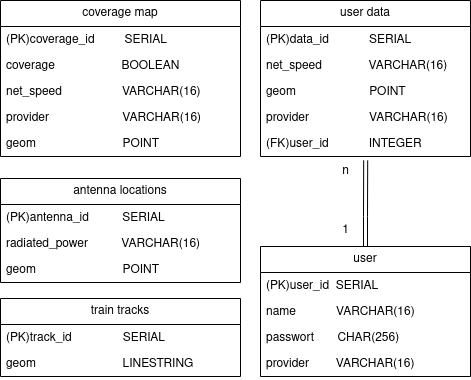
Above: database/UML.png in Sinrai/GTA_2023_Project (draw.io), before the change. Source tidied: cells renumbered, new cells last; positions are measured from the earlier drawing's top-left corner, leaving out a move shared by most shapes.
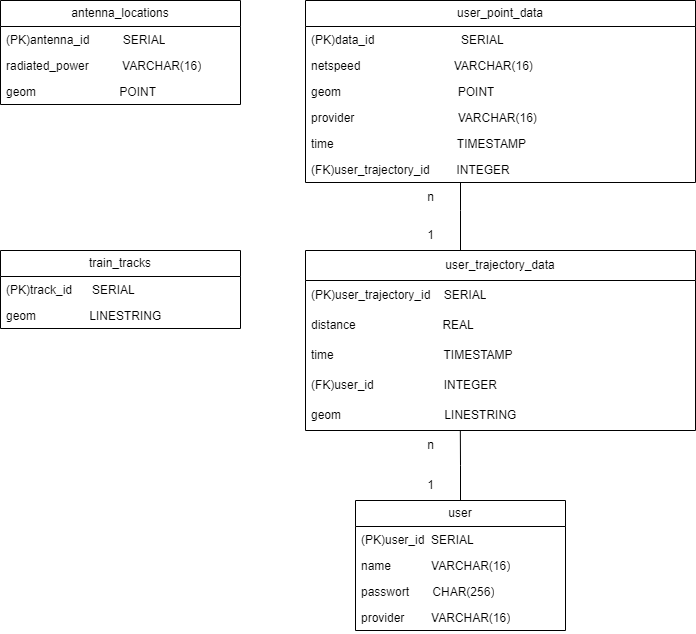
Later version of the same file.

What changed in the source:
```diff
@@ -2,26 +2,8 @@
   <root>
     <mxCell id="0" />
     <mxCell id="1" parent="0" />
-    <mxCell id="2" value="coverage map" style="swimlane;fontStyle=0;horizontal=1;startSize=26;fillColor=none;whiteSpace=wrap;html=1;" parent="1" vertex="1">
-      <mxGeometry width="240" height="156" as="geometry" />
-    </mxCell>
-    <mxCell id="3" value="&lt;div&gt;(PK)coverage_id&amp;nbsp; &amp;nbsp; &amp;nbsp; &amp;nbsp; &amp;nbsp;SERIAL&lt;/div&gt;" style="text;strokeColor=none;fillColor=none;align=left;verticalAlign=top;spacingLeft=4;spacingRight=4;overflow=hidden;whiteSpace=wrap;html=1;" parent="2" vertex="1">
-      <mxGeometry y="26" width="240" height="26" as="geometry" />
-    </mxCell>
-    <mxCell id="4" value="coverage&amp;nbsp; &amp;nbsp; &amp;nbsp; &amp;nbsp; &amp;nbsp; &amp;nbsp; &amp;nbsp; &amp;nbsp; &amp;nbsp; &amp;nbsp; BOOLEAN" style="text;strokeColor=none;fillColor=none;align=left;verticalAlign=top;spacingLeft=4;spacingRight=4;overflow=hidden;whiteSpace=wrap;html=1;" parent="2" vertex="1">
-      <mxGeometry y="52" width="240" height="26" as="geometry" />
-    </mxCell>
-    <mxCell id="5" value="net_speed&amp;nbsp; &amp;nbsp; &amp;nbsp; &amp;nbsp; &amp;nbsp; &amp;nbsp;&amp;nbsp; &amp;nbsp; &amp;nbsp;&amp;nbsp; VARCHAR(16)" style="text;strokeColor=none;fillColor=none;align=left;verticalAlign=top;spacingLeft=4;spacingRight=4;overflow=hidden;whiteSpace=wrap;html=1;" parent="2" vertex="1">
-      <mxGeometry y="78" width="240" height="26" as="geometry" />
-    </mxCell>
-    <mxCell id="6" value="provider&amp;nbsp; &amp;nbsp; &amp;nbsp; &amp;nbsp; &amp;nbsp; &amp;nbsp; &amp;nbsp; &amp;nbsp; &amp;nbsp; &amp;nbsp; &amp;nbsp; VARCHAR(16)" style="text;strokeColor=none;fillColor=none;align=left;verticalAlign=top;spacingLeft=4;spacingRight=4;overflow=hidden;whiteSpace=wrap;html=1;" parent="2" vertex="1">
-      <mxGeometry y="104" width="240" height="26" as="geometry" />
-    </mxCell>
-    <mxCell id="7" value="geom&amp;nbsp; &amp;nbsp; &amp;nbsp; &amp;nbsp; &amp;nbsp; &amp;nbsp; &amp;nbsp; &amp;nbsp; &amp;nbsp; &amp;nbsp; &amp;nbsp; &amp;nbsp; &amp;nbsp; POINT" style="text;strokeColor=none;fillColor=none;align=left;verticalAlign=top;spacingLeft=4;spacingRight=4;overflow=hidden;whiteSpace=wrap;html=1;" parent="2" vertex="1">
-      <mxGeometry y="130" width="240" height="26" as="geometry" />
-    </mxCell>
-    <mxCell id="8" value="antenna locations" style="swimlane;fontStyle=0;horizontal=1;startSize=26;fillColor=none;whiteSpace=wrap;html=1;" parent="1" vertex="1">
-      <mxGeometry y="178" width="240" height="104" as="geometry" />
+    <mxCell id="8" value="antenna_locations" style="swimlane;fontStyle=0;horizontal=1;startSize=26;fillColor=none;whiteSpace=wrap;html=1;" parent="1" vertex="1">
+      <mxGeometry x="55" y="78" width="240" height="104" as="geometry" />
     </mxCell>
     <mxCell id="9" value="(PK)antenna_id&amp;nbsp; &amp;nbsp; &amp;nbsp; &amp;nbsp; &amp;nbsp; SERIAL" style="text;strokeColor=none;fillColor=none;align=left;verticalAlign=top;spacingLeft=4;spacingRight=4;overflow=hidden;whiteSpace=wrap;html=1;" parent="8" vertex="1">
       <mxGeometry y="26" width="240" height="26" as="geometry" />
@@ -29,41 +11,49 @@
     <mxCell id="10" value="radiated_power&amp;nbsp; &amp;nbsp; &amp;nbsp; &amp;nbsp; &amp;nbsp; VARCHAR(16)" style="text;strokeColor=none;fillColor=none;align=left;verticalAlign=top;spacingLeft=4;spacingRight=4;overflow=hidden;whiteSpace=wrap;html=1;" parent="8" vertex="1">
       <mxGeometry y="52" width="240" height="26" as="geometry" />
     </mxCell>
-    <mxCell id="11" value="geom&amp;nbsp; &amp;nbsp; &amp;nbsp; &amp;nbsp; &amp;nbsp; &amp;nbsp; &amp;nbsp; &amp;nbsp; &amp;nbsp; &amp;nbsp; &amp;nbsp;&amp;nbsp; &amp;nbsp;&amp;nbsp; POINT" style="text;strokeColor=none;fillColor=none;align=left;verticalAlign=top;spacingLeft=4;spacingRight=4;overflow=hidden;whiteSpace=wrap;html=1;" parent="8" vertex="1">
+    <mxCell id="11" value="geom&amp;nbsp; &amp;nbsp; &amp;nbsp; &amp;nbsp; &amp;nbsp; &amp;nbsp; &amp;nbsp; &amp;nbsp; &amp;nbsp; &amp;nbsp; &amp;nbsp; &amp;nbsp; &amp;nbsp;POINT" style="text;strokeColor=none;fillColor=none;align=left;verticalAlign=top;spacingLeft=4;spacingRight=4;overflow=hidden;whiteSpace=wrap;html=1;" parent="8" vertex="1">
       <mxGeometry y="78" width="240" height="26" as="geometry" />
     </mxCell>
-    <mxCell id="12" value="train tracks" style="swimlane;fontStyle=0;horizontal=1;startSize=26;fillColor=none;whiteSpace=wrap;html=1;" parent="1" vertex="1">
-      <mxGeometry y="298" width="240" height="78" as="geometry" />
+    <mxCell id="12" value="train_tracks" style="swimlane;fontStyle=0;horizontal=1;startSize=26;fillColor=none;whiteSpace=wrap;html=1;" parent="1" vertex="1">
+      <mxGeometry x="55" y="328" width="240" height="78" as="geometry" />
     </mxCell>
-    <mxCell id="13" value="(PK)track_id&amp;nbsp; &amp;nbsp; &amp;nbsp; &lt;span style=&quot;white-space: pre;&quot;&gt;&#9;&lt;/span&gt;&amp;nbsp;&amp;nbsp; SERIAL" style="text;strokeColor=none;fillColor=none;align=left;verticalAlign=top;spacingLeft=4;spacingRight=4;overflow=hidden;whiteSpace=wrap;html=1;" parent="12" vertex="1">
+    <mxCell id="13" value="(PK)track_id&amp;nbsp; &amp;nbsp; &amp;nbsp; SERIAL" style="text;strokeColor=none;fillColor=none;align=left;verticalAlign=top;spacingLeft=4;spacingRight=4;overflow=hidden;whiteSpace=wrap;html=1;" parent="12" vertex="1">
       <mxGeometry y="26" width="240" height="26" as="geometry" />
     </mxCell>
-    <mxCell id="14" value="geom&amp;nbsp; &amp;nbsp; &amp;nbsp; &amp;nbsp; &amp;nbsp; &amp;nbsp; &amp;nbsp; &amp;nbsp; &amp;nbsp; &amp;nbsp; &amp;nbsp; &amp;nbsp; &amp;nbsp; LINESTRING" style="text;strokeColor=none;fillColor=none;align=left;verticalAlign=top;spacingLeft=4;spacingRight=4;overflow=hidden;whiteSpace=wrap;html=1;" parent="12" vertex="1">
+    <mxCell id="14" value="geom&amp;nbsp; &amp;nbsp; &amp;nbsp; &amp;nbsp; &amp;nbsp; &amp;nbsp; &amp;nbsp; &amp;nbsp; LINESTRING" style="text;strokeColor=none;fillColor=none;align=left;verticalAlign=top;spacingLeft=4;spacingRight=4;overflow=hidden;whiteSpace=wrap;html=1;" parent="12" vertex="1">
       <mxGeometry y="52" width="240" height="26" as="geometry" />
     </mxCell>
+    <mxCell id="29" style="edgeStyle=orthogonalEdgeStyle;rounded=0;jettySize=auto;html=1;endArrow=none;endFill=0;" parent="1" edge="1" source="15" target="31">
+      <mxGeometry relative="1" as="geometry">
+        <Array as="points">
+          <mxPoint x="515" y="288" />
+          <mxPoint x="515" y="288" />
+        </Array>
+      </mxGeometry>
+    </mxCell>
-    <mxCell id="15" value="user data" style="swimlane;fontStyle=0;horizontal=1;startSize=26;fillColor=none;whiteSpace=wrap;html=1;" parent="1" vertex="1">
-      <mxGeometry x="260" width="210" height="156" as="geometry" />
+    <mxCell id="15" value="user_point_data" style="swimlane;fontStyle=0;horizontal=1;startSize=26;fillColor=none;whiteSpace=wrap;html=1;" parent="1" vertex="1">
+      <mxGeometry x="360" y="78" width="390" height="182" as="geometry" />
     </mxCell>
-    <mxCell id="16" value="(PK)data_id&amp;nbsp; &amp;nbsp; &amp;nbsp;&amp;nbsp; &amp;nbsp; &amp;nbsp;&amp;nbsp; SERIAL" style="text;strokeColor=none;fillColor=none;align=left;verticalAlign=top;spacingLeft=4;spacingRight=4;overflow=hidden;whiteSpace=wrap;html=1;" parent="15" vertex="1">
-      <mxGeometry y="26" width="210" height="26" as="geometry" />
+    <mxCell id="16" value="(PK)data_id&amp;nbsp; &amp;nbsp; &amp;nbsp; &amp;nbsp; &amp;nbsp; &amp;nbsp; &amp;nbsp; &amp;nbsp; &amp;nbsp; &amp;nbsp; &amp;nbsp; &amp;nbsp; &amp;nbsp; SERIAL" style="text;strokeColor=none;fillColor=none;align=left;verticalAlign=top;spacingLeft=4;spacingRight=4;overflow=hidden;whiteSpace=wrap;html=1;" parent="15" vertex="1">
+      <mxGeometry y="26" width="390" height="26" as="geometry" />
     </mxCell>
-    <mxCell id="17" value="net_speed&amp;nbsp; &amp;nbsp; &amp;nbsp; &amp;nbsp; &amp;nbsp;&amp;nbsp; &amp;nbsp;&amp;nbsp; VARCHAR(16)" style="text;strokeColor=none;fillColor=none;align=left;verticalAlign=top;spacingLeft=4;spacingRight=4;overflow=hidden;whiteSpace=wrap;html=1;" parent="15" vertex="1">
-      <mxGeometry y="52" width="210" height="26" as="geometry" />
+    <mxCell id="17" value="netspeed&amp;nbsp; &amp;nbsp; &amp;nbsp; &amp;nbsp; &amp;nbsp; &amp;nbsp; &amp;nbsp; &amp;nbsp; &amp;nbsp; &amp;nbsp; &amp;nbsp; &amp;nbsp; &amp;nbsp; &amp;nbsp; VARCHAR(16)" style="text;strokeColor=none;fillColor=none;align=left;verticalAlign=top;spacingLeft=4;spacingRight=4;overflow=hidden;whiteSpace=wrap;html=1;" parent="15" vertex="1">
+      <mxGeometry y="52" width="390" height="26" as="geometry" />
     </mxCell>
-    <mxCell id="18" value="geom&amp;nbsp; &amp;nbsp; &amp;nbsp; &amp;nbsp; &amp;nbsp; &amp;nbsp; &amp;nbsp; &amp;nbsp; &amp;nbsp; &amp;nbsp; &amp;nbsp; POINT" style="text;strokeColor=none;fillColor=none;align=left;verticalAlign=top;spacingLeft=4;spacingRight=4;overflow=hidden;whiteSpace=wrap;html=1;" parent="15" vertex="1">
-      <mxGeometry y="78" width="210" height="26" as="geometry" />
+    <mxCell id="18" value="geom&amp;nbsp; &amp;nbsp; &amp;nbsp; &amp;nbsp; &amp;nbsp; &amp;nbsp; &amp;nbsp; &amp;nbsp; &amp;nbsp; &amp;nbsp; &amp;nbsp; &amp;nbsp; &amp;nbsp; &amp;nbsp; &amp;nbsp; &amp;nbsp; &amp;nbsp; &amp;nbsp;POINT" style="text;strokeColor=none;fillColor=none;align=left;verticalAlign=top;spacingLeft=4;spacingRight=4;overflow=hidden;whiteSpace=wrap;html=1;" parent="15" vertex="1">
+      <mxGeometry y="78" width="390" height="26" as="geometry" />
     </mxCell>
-    <mxCell id="19" value="provider&amp;nbsp; &amp;nbsp; &amp;nbsp; &amp;nbsp; &amp;nbsp; &amp;nbsp; &amp;nbsp; &amp;nbsp; &amp;nbsp; VARCHAR(16)" style="text;strokeColor=none;fillColor=none;align=left;verticalAlign=top;spacingLeft=4;spacingRight=4;overflow=hidden;whiteSpace=wrap;html=1;" parent="15" vertex="1">
-      <mxGeometry y="104" width="210" height="26" as="geometry" />
+    <mxCell id="19" value="provider&amp;nbsp; &amp;nbsp; &amp;nbsp; &amp;nbsp; &amp;nbsp; &amp;nbsp; &amp;nbsp; &amp;nbsp; &amp;nbsp; &amp;nbsp; &amp;nbsp; &amp;nbsp; &amp;nbsp; &amp;nbsp; &amp;nbsp; &amp;nbsp;VARCHAR(16)" style="text;strokeColor=none;fillColor=none;align=left;verticalAlign=top;spacingLeft=4;spacingRight=4;overflow=hidden;whiteSpace=wrap;html=1;" parent="15" vertex="1">
+      <mxGeometry y="104" width="390" height="26" as="geometry" />
     </mxCell>
+    <mxCell id="30" value="time&amp;nbsp; &amp;nbsp; &amp;nbsp; &amp;nbsp; &amp;nbsp; &amp;nbsp; &amp;nbsp; &amp;nbsp; &amp;nbsp; &amp;nbsp; &amp;nbsp; &amp;nbsp; &amp;nbsp; &amp;nbsp; &amp;nbsp; &amp;nbsp; &amp;nbsp; &amp;nbsp; &amp;nbsp;TIMESTAMP" style="text;strokeColor=none;fillColor=none;align=left;verticalAlign=top;spacingLeft=4;spacingRight=4;overflow=hidden;whiteSpace=wrap;html=1;" parent="15" vertex="1">
+      <mxGeometry y="130" width="390" height="26" as="geometry" />
+    </mxCell>
-    <mxCell id="20" value="(FK)user_id&amp;nbsp; &amp;nbsp; &amp;nbsp; &amp;nbsp; &amp;nbsp; &amp;nbsp; INTEGER" style="text;strokeColor=none;fillColor=none;align=left;verticalAlign=top;spacingLeft=4;spacingRight=4;overflow=hidden;whiteSpace=wrap;html=1;" parent="15" vertex="1">
-      <mxGeometry y="130" width="210" height="26" as="geometry" />
+    <mxCell id="20" value="(FK)user_trajectory_id&amp;nbsp; &amp;nbsp; &amp;nbsp; &amp;nbsp; INTEGER" style="text;strokeColor=none;fillColor=none;align=left;verticalAlign=top;spacingLeft=4;spacingRight=4;overflow=hidden;whiteSpace=wrap;html=1;" parent="15" vertex="1">
+      <mxGeometry y="156" width="390" height="26" as="geometry" />
     </mxCell>
-    <mxCell id="21" style="edgeStyle=orthogonalEdgeStyle;rounded=0;jettySize=auto;html=1;entryX=1.173;entryY=0.127;entryDx=0;entryDy=0;entryPerimeter=0;shape=link;" parent="1" edge="1" source="22" target="27">
-      <mxGeometry relative="1" as="geometry" />
-    </mxCell>
     <mxCell id="22" value="user" style="swimlane;fontStyle=0;horizontal=1;startSize=26;fillColor=none;whiteSpace=wrap;html=1;" parent="1" vertex="1">
-      <mxGeometry x="260" y="246" width="210" height="130" as="geometry" />
+      <mxGeometry x="410" y="578" width="210" height="130" as="geometry" />
     </mxCell>
     <mxCell id="23" value="(PK)user_id&amp;nbsp; SERIAL" style="text;strokeColor=none;fillColor=none;align=left;verticalAlign=top;spacingLeft=4;spacingRight=4;overflow=hidden;whiteSpace=wrap;html=1;" parent="22" vertex="1">
       <mxGeometry y="26" width="210" height="26" as="geometry" />
@@ -77,11 +67,38 @@
     <mxCell id="26" value="provider&amp;nbsp; &amp;nbsp; &amp;nbsp; &amp;nbsp; VARCHAR(16)" style="text;strokeColor=none;fillColor=none;align=left;verticalAlign=top;spacingLeft=4;spacingRight=4;overflow=hidden;whiteSpace=wrap;html=1;" parent="22" vertex="1">
       <mxGeometry y="104" width="210" height="26" as="geometry" />
     </mxCell>
-    <mxCell id="27" value="n" style="text;html=1;align=center;verticalAlign=middle;points=[];strokeColor=none;fillColor=none;" parent="1" vertex="1">
-      <mxGeometry x="330" y="156" width="30" height="30" as="geometry" />
+    <mxCell id="27" value="n" style="text;html=1;align=center;verticalAlign=middle;points=[];strokeColor=none;fillColor=none;rotation=0;" parent="1" vertex="1">
+      <mxGeometry x="470" y="260" width="30" height="30" as="geometry" />
     </mxCell>
     <mxCell id="28" value="1" style="text;html=1;align=center;verticalAlign=middle;strokeColor=none;fillColor=none;" parent="1" vertex="1">
-      <mxGeometry x="330" y="215" width="30" height="30" as="geometry" />
+      <mxGeometry x="470" y="298" width="30" height="30" as="geometry" />
     </mxCell>
+    <mxCell id="31" value="user_trajectory_data" style="swimlane;fontStyle=0;horizontal=1;startSize=30;whiteSpace=wrap;html=1;" parent="1" vertex="1">
+      <mxGeometry x="360" y="328" width="390" height="180" as="geometry" />
+    </mxCell>
+    <mxCell id="32" value="(PK)user_trajectory_id&amp;nbsp; &amp;nbsp; SERIAL" style="text;strokeColor=none;fillColor=none;align=left;verticalAlign=middle;spacingLeft=4;spacingRight=4;overflow=hidden;whiteSpace=wrap;html=1;" parent="31" vertex="1">
+      <mxGeometry y="30" width="390" height="30" as="geometry" />
+    </mxCell>
+    <mxCell id="33" value="distance&amp;nbsp; &amp;nbsp; &amp;nbsp; &amp;nbsp; &amp;nbsp; &amp;nbsp; &amp;nbsp; &amp;nbsp; &amp;nbsp; &amp;nbsp; &amp;nbsp; &amp;nbsp; &amp;nbsp; REAL" style="text;strokeColor=none;fillColor=none;align=left;verticalAlign=middle;spacingLeft=4;spacingRight=4;overflow=hidden;whiteSpace=wrap;html=1;" parent="31" vertex="1">
+      <mxGeometry y="60" width="390" height="30" as="geometry" />
+    </mxCell>
+    <mxCell id="34" value="time&amp;nbsp; &amp;nbsp; &amp;nbsp; &amp;nbsp; &amp;nbsp; &amp;nbsp; &amp;nbsp; &amp;nbsp; &amp;nbsp; &amp;nbsp; &amp;nbsp; &amp;nbsp; &amp;nbsp; &amp;nbsp; &amp;nbsp; &amp;nbsp; &amp;nbsp;TIMESTAMP" style="text;strokeColor=none;fillColor=none;align=left;verticalAlign=middle;spacingLeft=4;spacingRight=4;overflow=hidden;whiteSpace=wrap;html=1;" parent="31" vertex="1">
+      <mxGeometry y="90" width="390" height="30" as="geometry" />
+    </mxCell>
+    <mxCell id="35" value="(FK)user_id&amp;nbsp; &amp;nbsp; &amp;nbsp; &amp;nbsp; &amp;nbsp; &amp;nbsp; &amp;nbsp; &amp;nbsp; &amp;nbsp; &amp;nbsp; &amp;nbsp;INTEGER" style="text;strokeColor=none;fillColor=none;align=left;verticalAlign=middle;spacingLeft=4;spacingRight=4;overflow=hidden;whiteSpace=wrap;html=1;" parent="31" vertex="1">
+      <mxGeometry y="120" width="390" height="30" as="geometry" />
+    </mxCell>
+    <mxCell id="36" value="geom&amp;nbsp; &amp;nbsp; &amp;nbsp; &amp;nbsp; &amp;nbsp; &amp;nbsp; &amp;nbsp; &amp;nbsp; &amp;nbsp; &amp;nbsp; &amp;nbsp; &amp;nbsp; &amp;nbsp; &amp;nbsp; &amp;nbsp; &amp;nbsp;LINESTRING" style="text;strokeColor=none;fillColor=none;align=left;verticalAlign=middle;spacingLeft=4;spacingRight=4;overflow=hidden;points=[[0,0.5],[1,0.5]];portConstraint=eastwest;whiteSpace=wrap;html=1;" parent="31" vertex="1">
+      <mxGeometry y="150" width="390" height="30" as="geometry" />
+    </mxCell>
+    <mxCell id="37" value="n" style="text;html=1;align=center;verticalAlign=middle;strokeColor=none;fillColor=none;" parent="1" vertex="1">
+      <mxGeometry x="470" y="508" width="30" height="30" as="geometry" />
+    </mxCell>
+    <mxCell id="38" value="1" style="text;html=1;align=center;verticalAlign=middle;strokeColor=none;fillColor=none;rotation=0;" parent="1" vertex="1">
+      <mxGeometry x="470" y="548" width="30" height="30" as="geometry" />
+    </mxCell>
+    <mxCell id="39" style="edgeStyle=orthogonalEdgeStyle;rounded=0;jettySize=auto;html=1;entryX=0.397;entryY=1;entryDx=0;entryDy=0;entryPerimeter=0;endArrow=none;endFill=0;" parent="1" edge="1" source="22" target="36">
+      <mxGeometry relative="1" as="geometry" />
+    </mxCell>
   </root>
 </mxGraphModel>
```
